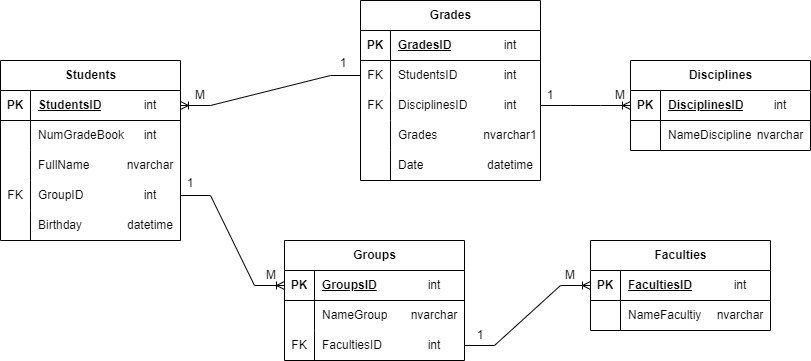
Before: docs/ER-диаграмма.png, a diagram exported from draw.io (AlexMihaelis/AcademicPerformance). Source tidied: cells renumbered, new cells last; positions are measured from the earlier drawing's top-left corner, leaving out a move shared by most shapes. Its diagram source:
```xml
<mxGraphModel background="#ffffff">
  <root>
    <mxCell id="0" />
    <mxCell id="1" parent="0" />
    <mxCell id="2" value="Students" style="shape=table;startSize=30;rowLines=0;fontStyle=1;align=center;html=1;" parent="1" vertex="1">
      <mxGeometry y="60" width="180" height="180" as="geometry" />
    </mxCell>
    <mxCell id="3" style="shape=tableRow;horizontal=0;startSize=0;swimlaneHead=0;swimlaneBody=0;fillColor=none;points=[[0,0.5],[1,0.5]];portConstraint=eastwest;top=0;left=0;right=0;bottom=1;" parent="2" vertex="1">
      <mxGeometry y="30" width="180" height="30" as="geometry" />
    </mxCell>
    <mxCell id="4" value="PK" style="shape=partialRectangle;fillColor=none;top=0;left=0;bottom=0;right=0;fontStyle=1;overflow=hidden;whiteSpace=wrap;html=1;" parent="3" vertex="1">
      <mxGeometry width="30" height="30" as="geometry" />
    </mxCell>
    <mxCell id="5" value="StudentsID" style="shape=partialRectangle;fillColor=none;top=0;left=0;bottom=0;right=0;align=left;spacingLeft=6;fontStyle=5;overflow=hidden;whiteSpace=wrap;html=1;" parent="3" vertex="1">
      <mxGeometry x="30" width="150" height="30" as="geometry" />
    </mxCell>
    <mxCell id="6" style="shape=tableRow;horizontal=0;startSize=0;swimlaneHead=0;swimlaneBody=0;fillColor=none;top=0;left=0;right=0;bottom=0;" parent="2" vertex="1">
      <mxGeometry y="60" width="180" height="30" as="geometry" />
    </mxCell>
    <mxCell id="7" style="shape=partialRectangle;fillColor=none;top=0;left=0;bottom=0;right=0;overflow=hidden;whiteSpace=wrap;html=1;" parent="6" vertex="1">
      <mxGeometry width="30" height="30" as="geometry" />
    </mxCell>
    <mxCell id="8" value="NumGradeBook" style="shape=partialRectangle;fillColor=none;top=0;left=0;bottom=0;right=0;align=left;spacingLeft=6;overflow=hidden;whiteSpace=wrap;html=1;" parent="6" vertex="1">
      <mxGeometry x="30" width="150" height="30" as="geometry" />
    </mxCell>
    <mxCell id="9" style="shape=tableRow;horizontal=0;startSize=0;swimlaneHead=0;swimlaneBody=0;fillColor=none;top=0;left=0;right=0;bottom=0;" parent="2" vertex="1">
      <mxGeometry y="90" width="180" height="30" as="geometry" />
    </mxCell>
    <mxCell id="10" style="shape=partialRectangle;fillColor=none;top=0;left=0;bottom=0;right=0;overflow=hidden;whiteSpace=wrap;html=1;" parent="9" vertex="1">
      <mxGeometry width="30" height="30" as="geometry" />
    </mxCell>
    <mxCell id="11" value="FullName" style="shape=partialRectangle;fillColor=none;top=0;left=0;bottom=0;right=0;align=left;spacingLeft=6;overflow=hidden;whiteSpace=wrap;html=1;" parent="9" vertex="1">
      <mxGeometry x="30" width="150" height="30" as="geometry" />
    </mxCell>
    <mxCell id="12" style="shape=tableRow;horizontal=0;startSize=0;swimlaneHead=0;swimlaneBody=0;fillColor=none;points=[[0,0.5],[1,0.5]];portConstraint=eastwest;top=0;left=0;right=0;bottom=0;" parent="2" vertex="1">
      <mxGeometry y="120" width="180" height="30" as="geometry" />
    </mxCell>
    <mxCell id="13" value="FK" style="shape=partialRectangle;fillColor=none;top=0;left=0;bottom=0;right=0;overflow=hidden;whiteSpace=wrap;html=1;" parent="12" vertex="1">
      <mxGeometry width="30" height="30" as="geometry" />
    </mxCell>
    <mxCell id="14" value="GroupID" style="shape=partialRectangle;fillColor=none;top=0;left=0;bottom=0;right=0;align=left;spacingLeft=6;overflow=hidden;whiteSpace=wrap;html=1;" parent="12" vertex="1">
      <mxGeometry x="30" width="150" height="30" as="geometry" />
    </mxCell>
    <mxCell id="15" style="shape=tableRow;horizontal=0;startSize=0;swimlaneHead=0;swimlaneBody=0;fillColor=none;top=0;left=0;right=0;bottom=0;" parent="2" vertex="1">
      <mxGeometry y="150" width="180" height="30" as="geometry" />
    </mxCell>
    <mxCell id="16" style="shape=partialRectangle;fillColor=none;top=0;left=0;bottom=0;right=0;overflow=hidden;whiteSpace=wrap;html=1;" parent="15" vertex="1">
      <mxGeometry width="30" height="30" as="geometry" />
    </mxCell>
    <mxCell id="17" value="Birthday" style="shape=partialRectangle;fillColor=none;top=0;left=0;bottom=0;right=0;align=left;spacingLeft=6;overflow=hidden;whiteSpace=wrap;html=1;" parent="15" vertex="1">
      <mxGeometry x="30" width="150" height="30" as="geometry" />
    </mxCell>
    <mxCell id="18" value="Groups" style="shape=table;startSize=30;rowLines=0;fontStyle=1;align=center;html=1;" parent="1" vertex="1">
      <mxGeometry x="284" y="240" width="180" height="120" as="geometry" />
    </mxCell>
    <mxCell id="19" style="shape=tableRow;horizontal=0;startSize=0;swimlaneHead=0;swimlaneBody=0;fillColor=none;points=[[0,0.5],[1,0.5]];portConstraint=eastwest;top=0;left=0;right=0;bottom=1;" parent="18" vertex="1">
      <mxGeometry y="30" width="180" height="30" as="geometry" />
    </mxCell>
    <mxCell id="20" value="PK" style="shape=partialRectangle;fillColor=none;top=0;left=0;bottom=0;right=0;fontStyle=1;overflow=hidden;whiteSpace=wrap;html=1;" parent="19" vertex="1">
      <mxGeometry width="30" height="30" as="geometry" />
    </mxCell>
    <mxCell id="21" value="GroupsID" style="shape=partialRectangle;fillColor=none;top=0;left=0;bottom=0;right=0;align=left;spacingLeft=6;fontStyle=5;overflow=hidden;whiteSpace=wrap;html=1;" parent="19" vertex="1">
      <mxGeometry x="30" width="150" height="30" as="geometry" />
    </mxCell>
    <mxCell id="22" style="shape=tableRow;horizontal=0;startSize=0;swimlaneHead=0;swimlaneBody=0;fillColor=none;top=0;left=0;right=0;bottom=0;" parent="18" vertex="1">
      <mxGeometry y="60" width="180" height="30" as="geometry" />
    </mxCell>
    <mxCell id="23" style="shape=partialRectangle;fillColor=none;top=0;left=0;bottom=0;right=0;overflow=hidden;whiteSpace=wrap;html=1;" parent="22" vertex="1">
      <mxGeometry width="30" height="30" as="geometry" />
    </mxCell>
    <mxCell id="24" value="NameGroup" style="shape=partialRectangle;fillColor=none;top=0;left=0;bottom=0;right=0;align=left;spacingLeft=6;overflow=hidden;whiteSpace=wrap;html=1;" parent="22" vertex="1">
      <mxGeometry x="30" width="150" height="30" as="geometry" />
    </mxCell>
    <mxCell id="25" style="shape=tableRow;horizontal=0;startSize=0;swimlaneHead=0;swimlaneBody=0;fillColor=none;points=[[0,0.5],[1,0.5]];portConstraint=eastwest;top=0;left=0;right=0;bottom=0;" parent="18" vertex="1">
      <mxGeometry y="90" width="180" height="30" as="geometry" />
    </mxCell>
    <mxCell id="26" value="FK" style="shape=partialRectangle;fillColor=none;top=0;left=0;bottom=0;right=0;overflow=hidden;whiteSpace=wrap;html=1;" parent="25" vertex="1">
      <mxGeometry width="30" height="30" as="geometry" />
    </mxCell>
    <mxCell id="27" value="FacultiesID" style="shape=partialRectangle;fillColor=none;top=0;left=0;bottom=0;right=0;align=left;spacingLeft=6;overflow=hidden;whiteSpace=wrap;html=1;" parent="25" vertex="1">
      <mxGeometry x="30" width="150" height="30" as="geometry" />
    </mxCell>
    <mxCell id="28" style="edgeStyle=entityRelationEdgeStyle;fontSize=12;html=1;endArrow=ERoneToMany;rounded=0;entryX=0;entryY=0.5;entryDx=0;entryDy=0;exitX=1;exitY=0.5;exitDx=0;exitDy=0;" parent="1" edge="1" source="12" target="19">
      <mxGeometry relative="1" as="geometry" />
    </mxCell>
    <mxCell id="29" value="1" style="text;html=1;strokeColor=none;fillColor=none;align=center;verticalAlign=middle;whiteSpace=wrap;rounded=0;" parent="1" vertex="1">
      <mxGeometry x="160" y="168" width="60" height="30" as="geometry" />
    </mxCell>
    <mxCell id="30" value="М" style="text;html=1;strokeColor=none;fillColor=none;align=center;verticalAlign=middle;whiteSpace=wrap;rounded=0;" parent="1" vertex="1">
      <mxGeometry x="170" y="80" width="60" height="30" as="geometry" />
    </mxCell>
    <mxCell id="31" value="Grades" style="shape=table;startSize=30;rowLines=0;fontStyle=1;align=center;html=1;" parent="1" vertex="1">
      <mxGeometry x="360" width="180" height="180" as="geometry" />
    </mxCell>
    <mxCell id="32" style="shape=tableRow;horizontal=0;startSize=0;swimlaneHead=0;swimlaneBody=0;fillColor=none;top=0;left=0;right=0;bottom=1;" parent="31" vertex="1">
      <mxGeometry y="30" width="180" height="30" as="geometry" />
    </mxCell>
    <mxCell id="33" value="PK" style="shape=partialRectangle;fillColor=none;top=0;left=0;bottom=0;right=0;fontStyle=1;overflow=hidden;whiteSpace=wrap;html=1;" parent="32" vertex="1">
      <mxGeometry width="30" height="30" as="geometry" />
    </mxCell>
    <mxCell id="34" value="GradesID" style="shape=partialRectangle;fillColor=none;top=0;left=0;bottom=0;right=0;align=left;spacingLeft=6;fontStyle=5;overflow=hidden;whiteSpace=wrap;html=1;" parent="32" vertex="1">
      <mxGeometry x="30" width="150" height="30" as="geometry" />
    </mxCell>
    <mxCell id="35" style="shape=tableRow;horizontal=0;startSize=0;swimlaneHead=0;swimlaneBody=0;fillColor=none;points=[[0,0.5],[1,0.5]];portConstraint=eastwest;top=0;left=0;right=0;bottom=0;" parent="31" vertex="1">
      <mxGeometry y="60" width="180" height="30" as="geometry" />
    </mxCell>
    <mxCell id="36" value="FK" style="shape=partialRectangle;fillColor=none;top=0;left=0;bottom=0;right=0;overflow=hidden;whiteSpace=wrap;html=1;" parent="35" vertex="1">
      <mxGeometry width="30" height="30" as="geometry" />
    </mxCell>
    <mxCell id="37" value="StudentsID" style="shape=partialRectangle;fillColor=none;top=0;left=0;bottom=0;right=0;align=left;spacingLeft=6;overflow=hidden;whiteSpace=wrap;html=1;" parent="35" vertex="1">
      <mxGeometry x="30" width="150" height="30" as="geometry" />
    </mxCell>
    <mxCell id="38" style="shape=tableRow;horizontal=0;startSize=0;swimlaneHead=0;swimlaneBody=0;fillColor=none;points=[[0,0.5],[1,0.5]];portConstraint=eastwest;top=0;left=0;right=0;bottom=0;" parent="31" vertex="1">
      <mxGeometry y="90" width="180" height="30" as="geometry" />
    </mxCell>
    <mxCell id="39" value="FK" style="shape=partialRectangle;fillColor=none;top=0;left=0;bottom=0;right=0;overflow=hidden;whiteSpace=wrap;html=1;" parent="38" vertex="1">
      <mxGeometry width="30" height="30" as="geometry" />
    </mxCell>
    <mxCell id="40" value="DisciplinesID" style="shape=partialRectangle;fillColor=none;top=0;left=0;bottom=0;right=0;align=left;spacingLeft=6;overflow=hidden;whiteSpace=wrap;html=1;" parent="38" vertex="1">
      <mxGeometry x="30" width="150" height="30" as="geometry" />
    </mxCell>
    <mxCell id="41" style="shape=tableRow;horizontal=0;startSize=0;swimlaneHead=0;swimlaneBody=0;fillColor=none;top=0;left=0;right=0;bottom=0;" parent="31" vertex="1">
      <mxGeometry y="120" width="180" height="30" as="geometry" />
    </mxCell>
    <mxCell id="42" style="shape=partialRectangle;fillColor=none;top=0;left=0;bottom=0;right=0;overflow=hidden;whiteSpace=wrap;html=1;" parent="41" vertex="1">
      <mxGeometry width="30" height="30" as="geometry" />
    </mxCell>
    <mxCell id="43" value="Grades" style="shape=partialRectangle;fillColor=none;top=0;left=0;bottom=0;right=0;align=left;spacingLeft=6;overflow=hidden;whiteSpace=wrap;html=1;" parent="41" vertex="1">
      <mxGeometry x="30" width="150" height="30" as="geometry" />
    </mxCell>
    <mxCell id="44" style="shape=tableRow;horizontal=0;startSize=0;swimlaneHead=0;swimlaneBody=0;fillColor=none;top=0;left=0;right=0;bottom=0;" parent="31" vertex="1">
      <mxGeometry y="150" width="180" height="30" as="geometry" />
    </mxCell>
    <mxCell id="45" style="shape=partialRectangle;fillColor=none;top=0;left=0;bottom=0;right=0;overflow=hidden;whiteSpace=wrap;html=1;" parent="44" vertex="1">
      <mxGeometry width="30" height="30" as="geometry" />
    </mxCell>
    <mxCell id="46" value="Date" style="shape=partialRectangle;fillColor=none;top=0;left=0;bottom=0;right=0;align=left;spacingLeft=6;overflow=hidden;whiteSpace=wrap;html=1;" parent="44" vertex="1">
      <mxGeometry x="30" width="150" height="30" as="geometry" />
    </mxCell>
    <mxCell id="47" value="Faculties" style="shape=table;startSize=30;rowLines=0;fontStyle=1;align=center;html=1;" parent="1" vertex="1">
      <mxGeometry x="590" y="240" width="180" height="90" as="geometry" />
    </mxCell>
    <mxCell id="48" style="shape=tableRow;horizontal=0;startSize=0;swimlaneHead=0;swimlaneBody=0;fillColor=none;points=[[0,0.5],[1,0.5]];portConstraint=eastwest;top=0;left=0;right=0;bottom=1;" parent="47" vertex="1">
      <mxGeometry y="30" width="180" height="30" as="geometry" />
    </mxCell>
    <mxCell id="49" value="PK" style="shape=partialRectangle;fillColor=none;top=0;left=0;bottom=0;right=0;fontStyle=1;overflow=hidden;whiteSpace=wrap;html=1;" parent="48" vertex="1">
      <mxGeometry width="30" height="30" as="geometry" />
    </mxCell>
    <mxCell id="50" value="FacultiesID" style="shape=partialRectangle;fillColor=none;top=0;left=0;bottom=0;right=0;align=left;spacingLeft=6;fontStyle=5;overflow=hidden;whiteSpace=wrap;html=1;" parent="48" vertex="1">
      <mxGeometry x="30" width="150" height="30" as="geometry" />
    </mxCell>
    <mxCell id="51" style="shape=tableRow;horizontal=0;startSize=0;swimlaneHead=0;swimlaneBody=0;fillColor=none;top=0;left=0;right=0;bottom=0;" parent="47" vertex="1">
      <mxGeometry y="60" width="180" height="30" as="geometry" />
    </mxCell>
    <mxCell id="52" style="shape=partialRectangle;fillColor=none;top=0;left=0;bottom=0;right=0;overflow=hidden;whiteSpace=wrap;html=1;" parent="51" vertex="1">
      <mxGeometry width="30" height="30" as="geometry" />
    </mxCell>
    <mxCell id="53" value="NameFacultiy" style="shape=partialRectangle;fillColor=none;top=0;left=0;bottom=0;right=0;align=left;spacingLeft=6;overflow=hidden;whiteSpace=wrap;html=1;" parent="51" vertex="1">
      <mxGeometry x="30" width="150" height="30" as="geometry" />
    </mxCell>
    <mxCell id="54" style="edgeStyle=entityRelationEdgeStyle;fontSize=12;html=1;endArrow=ERoneToMany;rounded=0;exitX=1;exitY=0.5;exitDx=0;exitDy=0;entryX=0;entryY=0.5;entryDx=0;entryDy=0;" parent="1" edge="1" source="25" target="48">
      <mxGeometry relative="1" as="geometry" />
    </mxCell>
    <mxCell id="55" value="1" style="text;html=1;strokeColor=none;fillColor=none;align=center;verticalAlign=middle;whiteSpace=wrap;rounded=0;" parent="1" vertex="1">
      <mxGeometry x="450" y="320" width="60" height="30" as="geometry" />
    </mxCell>
    <mxCell id="56" value="Disciplines" style="shape=table;startSize=30;rowLines=0;fontStyle=1;align=center;html=1;" parent="1" vertex="1">
      <mxGeometry x="630" y="60" width="180" height="90" as="geometry" />
    </mxCell>
    <mxCell id="57" style="shape=tableRow;horizontal=0;startSize=0;swimlaneHead=0;swimlaneBody=0;fillColor=none;points=[[0,0.5],[1,0.5]];portConstraint=eastwest;top=0;left=0;right=0;bottom=1;" parent="56" vertex="1">
      <mxGeometry y="30" width="180" height="30" as="geometry" />
    </mxCell>
    <mxCell id="58" value="PK" style="shape=partialRectangle;fillColor=none;top=0;left=0;bottom=0;right=0;fontStyle=1;overflow=hidden;whiteSpace=wrap;html=1;" parent="57" vertex="1">
      <mxGeometry width="30" height="30" as="geometry" />
    </mxCell>
    <mxCell id="59" value="DisciplinesID" style="shape=partialRectangle;fillColor=none;top=0;left=0;bottom=0;right=0;align=left;spacingLeft=6;fontStyle=5;overflow=hidden;whiteSpace=wrap;html=1;" parent="57" vertex="1">
      <mxGeometry x="30" width="150" height="30" as="geometry" />
    </mxCell>
    <mxCell id="60" style="shape=tableRow;horizontal=0;startSize=0;swimlaneHead=0;swimlaneBody=0;fillColor=none;top=0;left=0;right=0;bottom=0;" parent="56" vertex="1">
      <mxGeometry y="60" width="180" height="30" as="geometry" />
    </mxCell>
    <mxCell id="61" style="shape=partialRectangle;fillColor=none;top=0;left=0;bottom=0;right=0;overflow=hidden;whiteSpace=wrap;html=1;" parent="60" vertex="1">
      <mxGeometry width="30" height="30" as="geometry" />
    </mxCell>
    <mxCell id="62" value="NameDiscipline" style="shape=partialRectangle;fillColor=none;top=0;left=0;bottom=0;right=0;align=left;spacingLeft=6;overflow=hidden;whiteSpace=wrap;html=1;" parent="60" vertex="1">
      <mxGeometry x="30" width="150" height="30" as="geometry" />
    </mxCell>
    <mxCell id="63" style="edgeStyle=entityRelationEdgeStyle;fontSize=12;html=1;endArrow=ERoneToMany;rounded=0;exitX=1;exitY=0.5;exitDx=0;exitDy=0;entryX=0;entryY=0.5;entryDx=0;entryDy=0;" parent="1" edge="1" source="38" target="57">
      <mxGeometry relative="1" as="geometry" />
    </mxCell>
    <mxCell id="64" style="edgeStyle=entityRelationEdgeStyle;fontSize=12;html=1;endArrow=ERoneToMany;rounded=0;exitX=0;exitY=0.5;exitDx=0;exitDy=0;entryX=1;entryY=0.5;entryDx=0;entryDy=0;" parent="1" edge="1" source="35" target="3">
      <mxGeometry relative="1" as="geometry" />
    </mxCell>
    <mxCell id="65" value="М" style="text;html=1;strokeColor=none;fillColor=none;align=center;verticalAlign=middle;whiteSpace=wrap;rounded=0;" parent="1" vertex="1">
      <mxGeometry x="590" y="80" width="60" height="30" as="geometry" />
    </mxCell>
    <mxCell id="66" value="М" style="text;html=1;strokeColor=none;fillColor=none;align=center;verticalAlign=middle;whiteSpace=wrap;rounded=0;" parent="1" vertex="1">
      <mxGeometry x="540" y="260" width="60" height="30" as="geometry" />
    </mxCell>
    <mxCell id="67" value="1" style="text;html=1;strokeColor=none;fillColor=none;align=center;verticalAlign=middle;whiteSpace=wrap;rounded=0;" parent="1" vertex="1">
      <mxGeometry x="313" y="48" width="60" height="30" as="geometry" />
    </mxCell>
    <mxCell id="68" value="1" style="text;html=1;strokeColor=none;fillColor=none;align=center;verticalAlign=middle;whiteSpace=wrap;rounded=0;" parent="1" vertex="1">
      <mxGeometry x="520" y="80" width="60" height="30" as="geometry" />
    </mxCell>
    <mxCell id="69" value="М" style="text;html=1;strokeColor=none;fillColor=none;align=center;verticalAlign=middle;whiteSpace=wrap;rounded=0;" parent="1" vertex="1">
      <mxGeometry x="241" y="260" width="60" height="30" as="geometry" />
    </mxCell>
    <mxCell id="70" value="int" style="text;html=1;strokeColor=none;fillColor=none;align=center;verticalAlign=middle;whiteSpace=wrap;rounded=0;" parent="1" vertex="1">
      <mxGeometry x="120" y="90" width="60" height="30" as="geometry" />
    </mxCell>
    <mxCell id="71" value="int" style="text;html=1;strokeColor=none;fillColor=none;align=center;verticalAlign=middle;whiteSpace=wrap;rounded=0;" parent="1" vertex="1">
      <mxGeometry x="120" y="120" width="60" height="30" as="geometry" />
    </mxCell>
    <mxCell id="72" value="int" style="text;html=1;strokeColor=none;fillColor=none;align=center;verticalAlign=middle;whiteSpace=wrap;rounded=0;" parent="1" vertex="1">
      <mxGeometry x="120" y="180" width="60" height="30" as="geometry" />
    </mxCell>
    <mxCell id="73" value="int" style="text;html=1;strokeColor=none;fillColor=none;align=center;verticalAlign=middle;whiteSpace=wrap;rounded=0;" parent="1" vertex="1">
      <mxGeometry x="404" y="270" width="60" height="30" as="geometry" />
    </mxCell>
    <mxCell id="74" value="int" style="text;html=1;strokeColor=none;fillColor=none;align=center;verticalAlign=middle;whiteSpace=wrap;rounded=0;" parent="1" vertex="1">
      <mxGeometry x="480" y="30" width="60" height="30" as="geometry" />
    </mxCell>
    <mxCell id="75" value="int" style="text;html=1;strokeColor=none;fillColor=none;align=center;verticalAlign=middle;whiteSpace=wrap;rounded=0;" parent="1" vertex="1">
      <mxGeometry x="710" y="270" width="60" height="30" as="geometry" />
    </mxCell>
    <mxCell id="76" value="int" style="text;html=1;strokeColor=none;fillColor=none;align=center;verticalAlign=middle;whiteSpace=wrap;rounded=0;" parent="1" vertex="1">
      <mxGeometry x="750" y="90" width="60" height="30" as="geometry" />
    </mxCell>
    <mxCell id="77" value="int" style="text;html=1;strokeColor=none;fillColor=none;align=center;verticalAlign=middle;whiteSpace=wrap;rounded=0;" parent="1" vertex="1">
      <mxGeometry x="480" y="60" width="60" height="30" as="geometry" />
    </mxCell>
    <mxCell id="78" value="int" style="text;html=1;strokeColor=none;fillColor=none;align=center;verticalAlign=middle;whiteSpace=wrap;rounded=0;" parent="1" vertex="1">
      <mxGeometry x="480" y="90" width="60" height="30" as="geometry" />
    </mxCell>
    <mxCell id="79" value="nvarchar1" style="text;html=1;strokeColor=none;fillColor=none;align=center;verticalAlign=middle;whiteSpace=wrap;rounded=0;" parent="1" vertex="1">
      <mxGeometry x="480" y="120" width="60" height="30" as="geometry" />
    </mxCell>
    <mxCell id="80" value="datetime" style="text;html=1;strokeColor=none;fillColor=none;align=center;verticalAlign=middle;whiteSpace=wrap;rounded=0;" parent="1" vertex="1">
      <mxGeometry x="120" y="210" width="60" height="30" as="geometry" />
    </mxCell>
    <mxCell id="81" value="datetime" style="text;html=1;strokeColor=none;fillColor=none;align=center;verticalAlign=middle;whiteSpace=wrap;rounded=0;" parent="1" vertex="1">
      <mxGeometry x="480" y="150" width="60" height="30" as="geometry" />
    </mxCell>
    <mxCell id="82" value="nvarchar" style="text;html=1;strokeColor=none;fillColor=none;align=center;verticalAlign=middle;whiteSpace=wrap;rounded=0;" parent="1" vertex="1">
      <mxGeometry x="120" y="150" width="60" height="30" as="geometry" />
    </mxCell>
    <mxCell id="83" value="nvarchar" style="text;html=1;strokeColor=none;fillColor=none;align=center;verticalAlign=middle;whiteSpace=wrap;rounded=0;" parent="1" vertex="1">
      <mxGeometry x="404" y="300" width="60" height="30" as="geometry" />
    </mxCell>
    <mxCell id="84" value="nvarchar" style="text;html=1;strokeColor=none;fillColor=none;align=center;verticalAlign=middle;whiteSpace=wrap;rounded=0;" parent="1" vertex="1">
      <mxGeometry x="710" y="300" width="60" height="30" as="geometry" />
    </mxCell>
    <mxCell id="85" value="nvarchar" style="text;html=1;strokeColor=none;fillColor=none;align=center;verticalAlign=middle;whiteSpace=wrap;rounded=0;" parent="1" vertex="1">
      <mxGeometry x="750" y="120" width="60" height="30" as="geometry" />
    </mxCell>
    <mxCell id="86" value="int" style="text;html=1;strokeColor=none;fillColor=none;align=center;verticalAlign=middle;whiteSpace=wrap;rounded=0;" parent="1" vertex="1">
      <mxGeometry x="404" y="330" width="60" height="30" as="geometry" />
    </mxCell>
  </root>
</mxGraphModel>
```
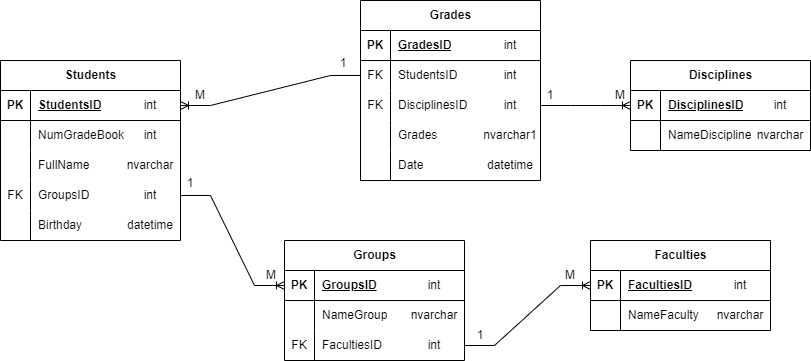
Above is the later version.

Commit message:
Отредактирована ER-модель. Подключена EF Core к БД. Написан DbContext. Написаны модели.

Change to the diagram source:
```diff
@@ -38,7 +38,7 @@
     <mxCell id="13" value="FK" style="shape=partialRectangle;fillColor=none;top=0;left=0;bottom=0;right=0;overflow=hidden;whiteSpace=wrap;html=1;" parent="12" vertex="1">
       <mxGeometry width="30" height="30" as="geometry" />
     </mxCell>
-    <mxCell id="14" value="GroupID" style="shape=partialRectangle;fillColor=none;top=0;left=0;bottom=0;right=0;align=left;spacingLeft=6;overflow=hidden;whiteSpace=wrap;html=1;" parent="12" vertex="1">
+    <mxCell id="14" value="GroupsID" style="shape=partialRectangle;fillColor=none;top=0;left=0;bottom=0;right=0;align=left;spacingLeft=6;overflow=hidden;whiteSpace=wrap;html=1;" parent="12" vertex="1">
       <mxGeometry x="30" width="150" height="30" as="geometry" />
     </mxCell>
     <mxCell id="15" style="shape=tableRow;horizontal=0;startSize=0;swimlaneHead=0;swimlaneBody=0;fillColor=none;top=0;left=0;right=0;bottom=0;" parent="2" vertex="1">
@@ -155,7 +155,7 @@
     <mxCell id="52" style="shape=partialRectangle;fillColor=none;top=0;left=0;bottom=0;right=0;overflow=hidden;whiteSpace=wrap;html=1;" parent="51" vertex="1">
       <mxGeometry width="30" height="30" as="geometry" />
     </mxCell>
-    <mxCell id="53" value="NameFacultiy" style="shape=partialRectangle;fillColor=none;top=0;left=0;bottom=0;right=0;align=left;spacingLeft=6;overflow=hidden;whiteSpace=wrap;html=1;" parent="51" vertex="1">
+    <mxCell id="53" value="NameFaculty" style="shape=partialRectangle;fillColor=none;top=0;left=0;bottom=0;right=0;align=left;spacingLeft=6;overflow=hidden;whiteSpace=wrap;html=1;" parent="51" vertex="1">
       <mxGeometry x="30" width="150" height="30" as="geometry" />
     </mxCell>
     <mxCell id="54" style="edgeStyle=entityRelationEdgeStyle;fontSize=12;html=1;endArrow=ERoneToMany;rounded=0;exitX=1;exitY=0.5;exitDx=0;exitDy=0;entryX=0;entryY=0.5;entryDx=0;entryDy=0;" parent="1" edge="1" source="25" target="48">
```
